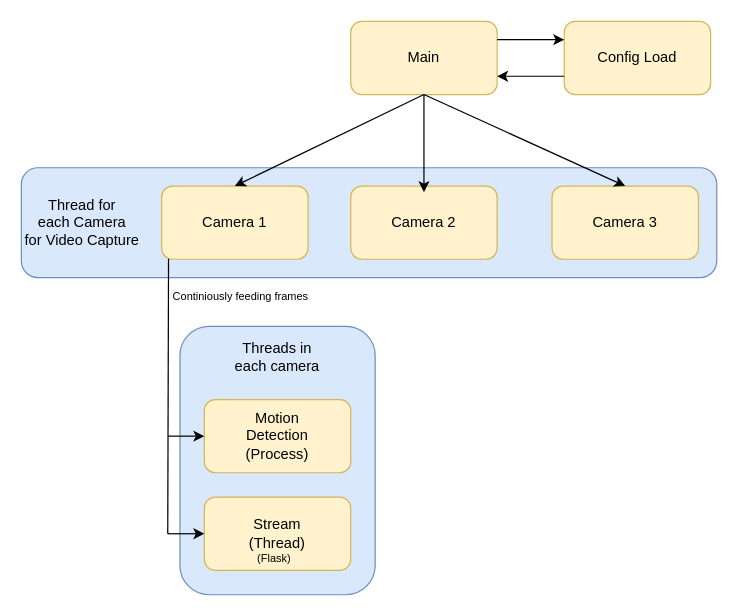
Above: architecture.drawio in TomasTNunes/Cameras-Python (draw.io), before the change. Source tidied: cells renumbered, new cells numbered last; positions are measured from the earlier drawing's top-left corner, leaving out a move shared by most shapes. Both pictures are drawn from the tidied source at 122%, with x=0, y=0 at pixel (21, 21).
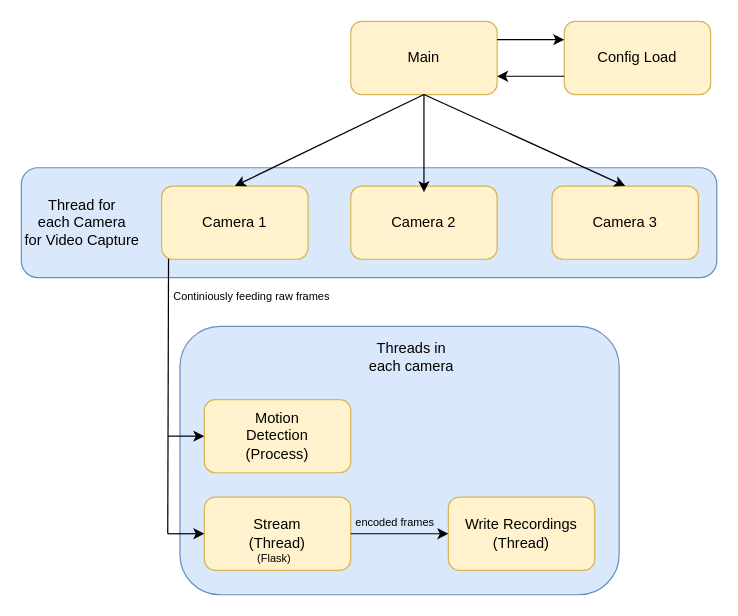
Above is the later version.

Commit message (it also covers changes not shown here):
chore: edit architeture image for write module

The change refers to these unchanged cells:
```xml
<mxCell id="21" style="rounded=1;whiteSpace=wrap;html=1;fillColor=#fff2cc;strokeColor=#d6b656;" parent="1" vertex="1">
  <mxGeometry x="150" y="390" width="120" height="60" as="geometry" />
</mxCell>
```

What changed in the source:
```diff
@@
     <mxCell id="15" style="rounded=1;whiteSpace=wrap;html=1;fillColor=#dae8fc;strokeColor=#6c8ebf;" parent="1" vertex="1">
-      <mxGeometry x="130" y="250" width="160" height="220" as="geometry" />
+      <mxGeometry x="130" y="250" width="360" height="220" as="geometry" />
     </mxCell>
     <mxCell id="16" value="Threads in each camera" style="text;html=1;align=center;verticalAlign=middle;whiteSpace=wrap;rounded=0;" parent="1" vertex="1">
-      <mxGeometry x="170" y="260" width="80" height="30" as="geometry" />
+      <mxGeometry x="280" y="260" width="80" height="30" as="geometry" />
     </mxCell>
@@
-    <mxCell id="18" value="&lt;font style=&quot;font-size: 9px;&quot;&gt;Continiously feeding frames&lt;/font&gt;" style="text;html=1;align=center;verticalAlign=middle;whiteSpace=wrap;rounded=0;" parent="1" vertex="1">
-      <mxGeometry x="85" y="210" width="190" height="30" as="geometry" />
+    <mxCell id="18" value="&lt;font style=&quot;font-size: 9px;&quot;&gt;Continiously feeding raw frames&lt;/font&gt;" style="text;html=1;align=center;verticalAlign=middle;whiteSpace=wrap;rounded=0;" parent="1" vertex="1">
+      <mxGeometry x="94" y="210" width="190" height="30" as="geometry" />
     </mxCell>
@@
+    <mxCell id="29" value="Write Recordings&lt;br&gt;(Thread)" style="rounded=1;whiteSpace=wrap;html=1;fillColor=#fff2cc;strokeColor=#d6b656;" parent="1" vertex="1">
+      <mxGeometry x="350" y="390" width="120" height="60" as="geometry" />
+    </mxCell>
+    <mxCell id="30" style="endArrow=classic;html=1;rounded=0;exitX=1;exitY=0.5;exitDx=0;exitDy=0;entryX=0;entryY=0.5;entryDx=0;entryDy=0;" parent="1" edge="1" source="21" target="29">
+      <mxGeometry relative="1" as="geometry" />
+    </mxCell>
+    <mxCell id="31" value="&lt;font style=&quot;font-size: 9px;&quot;&gt;encoded frames&lt;/font&gt;" style="text;html=1;align=center;verticalAlign=middle;whiteSpace=wrap;rounded=0;" parent="1" vertex="1">
+      <mxGeometry x="254" y="395" width="105" height="30" as="geometry" />
+    </mxCell>
```
